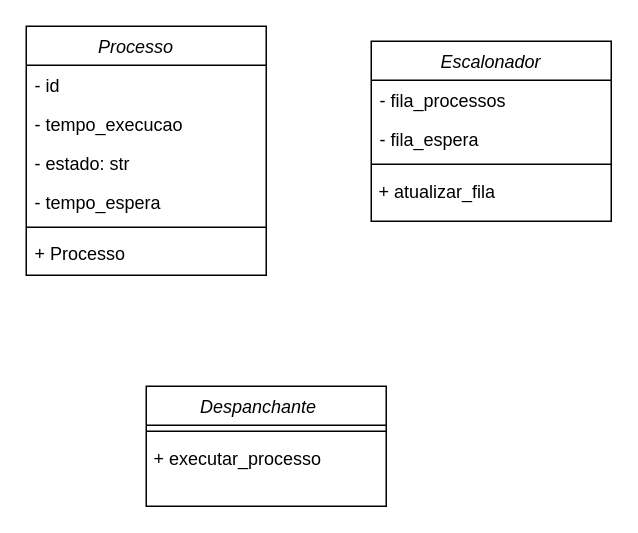
The draw.io diagram docs/diagrama-de-classe.drawio in Y4ngfr/Escalonador, before the edit. Source tidied: cells renumbered, new cells numbered last; positions are measured from the earlier drawing's top-left corner, leaving out a move shared by most shapes. Both pictures are drawn from the tidied source at 150%, with x=0, y=0 at pixel (26, 26).
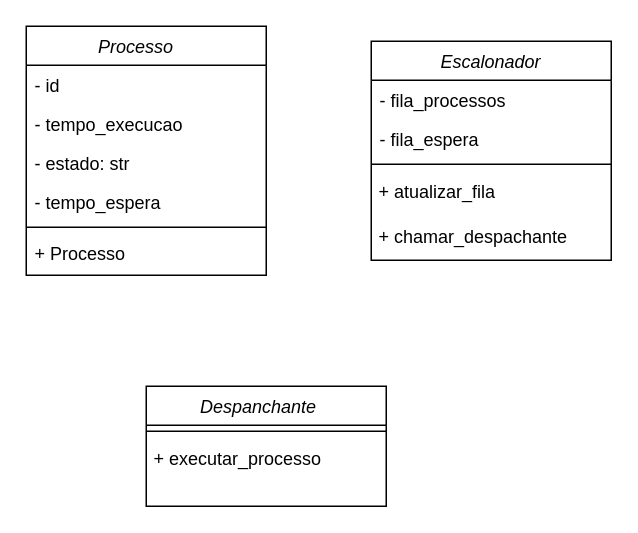
The same diagram, later.

Diff of the diagram source:
```diff
@@
 <mxGraphModel>
   <root>
     <mxCell id="0" />
     <mxCell id="1" parent="0" />
     <mxCell id="2" value="Processo    " style="swimlane;fontStyle=2;align=center;verticalAlign=top;horizontal=1;startSize=26;rounded=0;shadow=0;strokeWidth=1;" parent="1" vertex="1">
       <mxGeometry width="160" height="166" as="geometry" />
     </mxCell>
     <mxCell id="3" value="- id" style="text;align=left;verticalAlign=top;spacingLeft=4;spacingRight=4;overflow=hidden;" parent="2" vertex="1">
       <mxGeometry y="26" width="160" height="26" as="geometry" />
     </mxCell>
     <mxCell id="4" value="- tempo_execucao" style="text;align=left;verticalAlign=top;spacingLeft=4;spacingRight=4;overflow=hidden;rounded=0;shadow=0;html=0;" parent="2" vertex="1">
       <mxGeometry y="52" width="160" height="26" as="geometry" />
     </mxCell>
     <mxCell id="5" value="- estado: str" style="text;align=left;verticalAlign=top;spacingLeft=4;spacingRight=4;overflow=hidden;rounded=0;shadow=0;html=0;" parent="2" vertex="1">
       <mxGeometry y="78" width="160" height="26" as="geometry" />
     </mxCell>
     <mxCell id="6" value="- tempo_espera" style="text;align=left;verticalAlign=top;spacingLeft=4;spacingRight=4;overflow=hidden;rounded=0;shadow=0;html=0;" parent="2" vertex="1">
       <mxGeometry y="104" width="160" height="26" as="geometry" />
     </mxCell>
     <mxCell id="7" style="line;html=1;strokeWidth=1;align=left;verticalAlign=middle;spacingTop=-1;spacingLeft=3;spacingRight=3;labelPosition=right;" parent="2" vertex="1">
       <mxGeometry y="130" width="160" height="8" as="geometry" />
     </mxCell>
     <mxCell id="8" value="+ Processo" style="text;align=left;verticalAlign=top;spacingLeft=4;spacingRight=4;overflow=hidden;" parent="2" vertex="1">
       <mxGeometry y="138" width="160" height="28" as="geometry" />
     </mxCell>
     <mxCell id="9" value="Escalonador" style="swimlane;fontStyle=2;align=center;verticalAlign=top;horizontal=1;startSize=26;rounded=0;shadow=0;strokeWidth=1;" parent="1" vertex="1">
-      <mxGeometry x="230" y="10" width="160" height="120" as="geometry" />
+      <mxGeometry x="230" y="10" width="160" height="146" as="geometry" />
     </mxCell>
     <mxCell id="10" value="- fila_processos" style="text;align=left;verticalAlign=top;spacingLeft=4;spacingRight=4;overflow=hidden;" parent="9" vertex="1">
       <mxGeometry y="26" width="160" height="26" as="geometry" />
     </mxCell>
     <mxCell id="11" value="- fila_espera" style="text;align=left;verticalAlign=top;spacingLeft=4;spacingRight=4;overflow=hidden;rounded=0;shadow=0;html=0;" parent="9" vertex="1">
       <mxGeometry y="52" width="160" height="26" as="geometry" />
     </mxCell>
     <mxCell id="12" style="line;html=1;strokeWidth=1;align=left;verticalAlign=middle;spacingTop=-1;spacingLeft=3;spacingRight=3;labelPosition=right;" parent="9" vertex="1">
       <mxGeometry y="78" width="160" height="8" as="geometry" />
     </mxCell>
     <mxCell id="13" value="&amp;nbsp;+ atualizar_fila" style="text;html=1;align=left;verticalAlign=middle;strokeColor=none;fillColor=none;" parent="9" vertex="1">
       <mxGeometry y="86" width="160" height="30" as="geometry" />
     </mxCell>
+    <mxCell id="17" value="&amp;nbsp;+ chamar_despachante" style="text;html=1;align=left;verticalAlign=middle;strokeColor=none;fillColor=none;" parent="9" vertex="1">
+      <mxGeometry y="116" width="160" height="30" as="geometry" />
+    </mxCell>
     <mxCell id="14" value="Despanchante   " style="swimlane;fontStyle=2;align=center;verticalAlign=top;horizontal=1;startSize=26;rounded=0;shadow=0;strokeWidth=1;" parent="1" vertex="1">
       <mxGeometry x="80" y="240" width="160" height="80" as="geometry" />
     </mxCell>
     <mxCell id="15" style="line;html=1;strokeWidth=1;align=left;verticalAlign=middle;spacingTop=-1;spacingLeft=3;spacingRight=3;labelPosition=right;" parent="14" vertex="1">
       <mxGeometry y="26" width="160" height="8" as="geometry" />
     </mxCell>
     <mxCell id="16" value="&amp;nbsp;+ executar_processo" style="text;html=1;align=left;verticalAlign=middle;strokeColor=none;fillColor=none;" parent="14" vertex="1">
       <mxGeometry y="34" width="160" height="30" as="geometry" />
     </mxCell>
   </root>
 </mxGraphModel>
```
